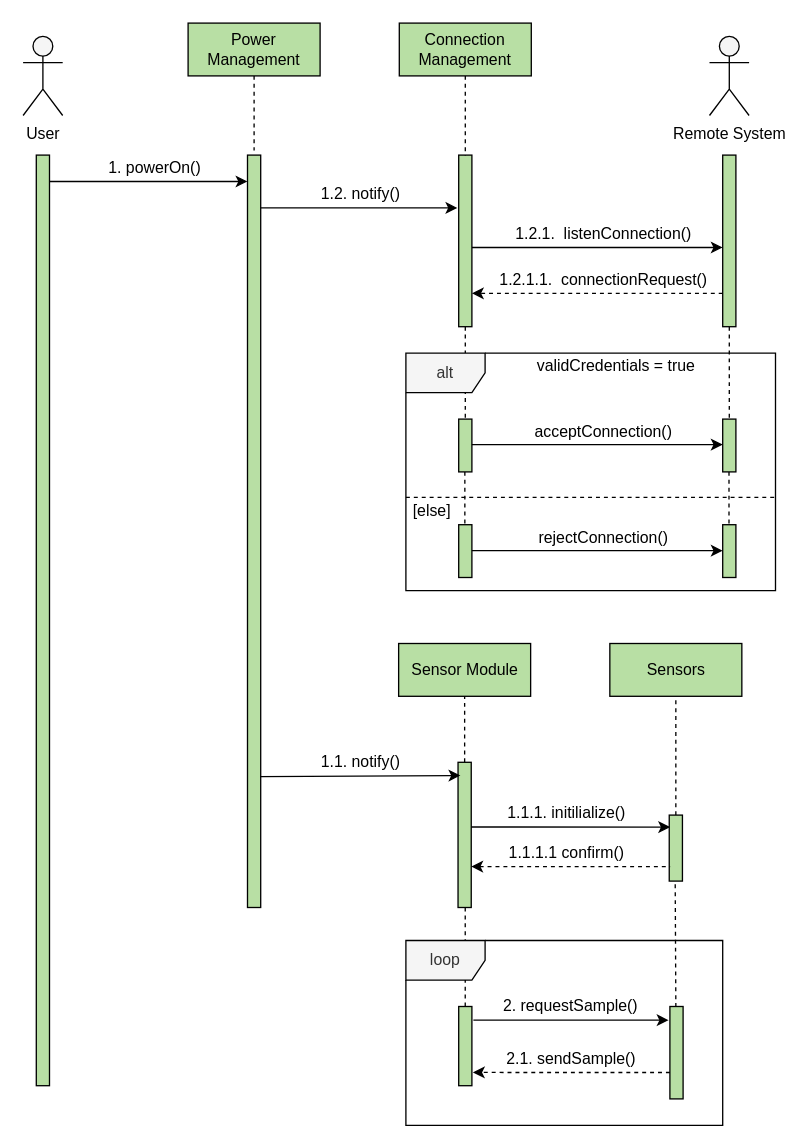
Before: page "1" (1 of 2) of 2. Analysis/5. System Analysis/Local/Sequence/sequence_diagram_local.drawio in esrg-silent-howl/zephyrus, a draw.io diagram. Source tidied: cells renumbered, new cells numbered last; positions are measured from the earlier drawing's top-left corner, leaving out a move shared by most shapes. Both pictures are drawn from the tidied source at 132%, with x=0, y=0 at pixel (22, 22).
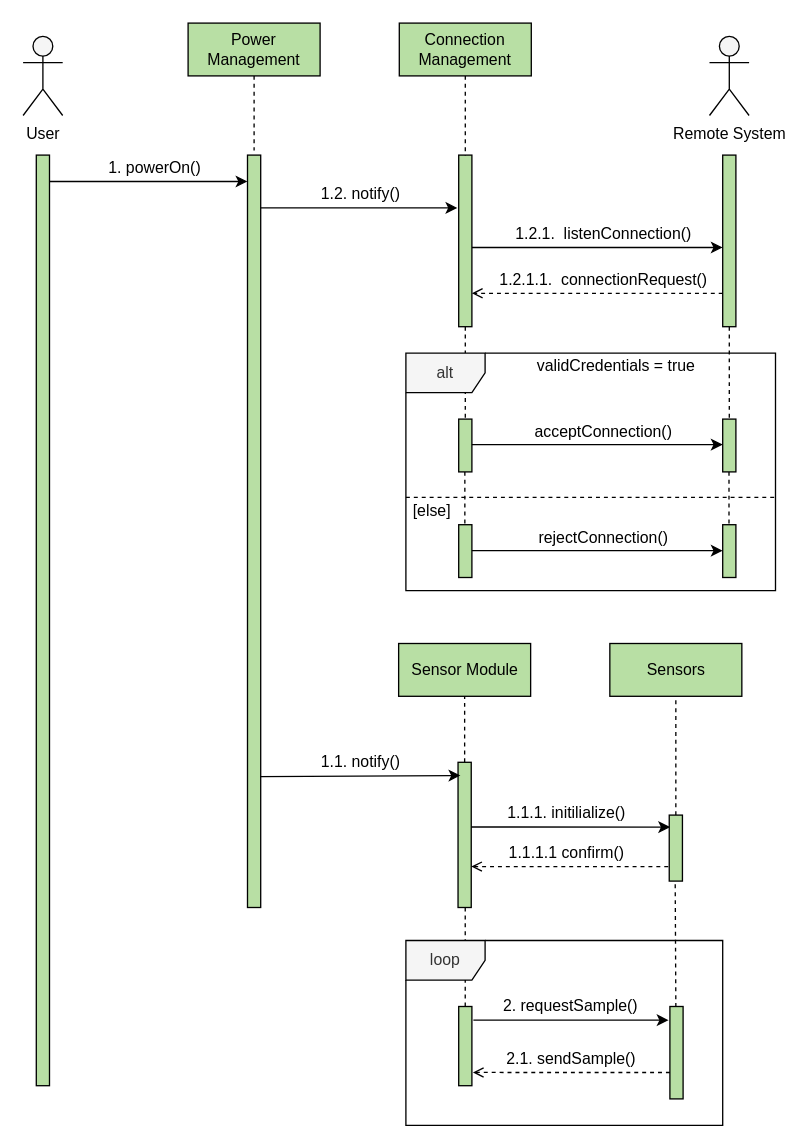
Above is the later version.

The change refers to these unchanged cells:
```xml
<mxCell id="51" style="points=[];perimeter=orthogonalPerimeter;rounded=0;shadow=0;strokeWidth=1;fillColor=#B8DFA4;" parent="1" vertex="1">
  <mxGeometry x="330" y="745" width="10" height="60" as="geometry" />
</mxCell>
```

The edit, as a diff of the source:
```diff
@@
-    <mxCell id="20" style="rounded=0;orthogonalLoop=1;jettySize=auto;html=1;endArrow=classic;endFill=1;dashed=1;" parent="1" edge="1">
+    <mxCell id="20" style="rounded=0;orthogonalLoop=1;jettySize=auto;html=1;endArrow=open;endFill=0;dashed=1;startArrow=none;startFill=0;" parent="1" edge="1">
       <mxGeometry relative="1" as="geometry">
         <mxPoint x="530" y="204.7" as="sourcePoint" />
         <mxPoint x="340" y="204.7" as="targetPoint" />
       </mxGeometry>
     </mxCell>
@@
-    <mxCell id="49" style="endArrow=none;html=1;entryX=0.067;entryY=0.462;entryDx=0;entryDy=0;entryPerimeter=0;dashed=1;endFill=0;startArrow=classic;startFill=1;" parent="1" edge="1">
+    <mxCell id="49" style="endArrow=none;html=1;entryX=0.067;entryY=0.462;entryDx=0;entryDy=0;entryPerimeter=0;dashed=1;endFill=0;startArrow=open;startFill=0;" parent="1" edge="1">
       <mxGeometry relative="1" as="geometry">
         <mxPoint x="339.5" y="639" as="sourcePoint" />
         <mxPoint x="490.2" y="639.1" as="targetPoint" />
       </mxGeometry>
     </mxCell>
@@
-    <mxCell id="55" style="endArrow=classic;html=1;entryX=1.077;entryY=0.832;entryDx=0;entryDy=0;entryPerimeter=0;dashed=1;" parent="1" edge="1" target="51">
+    <mxCell id="55" style="endArrow=open;html=1;entryX=1.077;entryY=0.832;entryDx=0;entryDy=0;entryPerimeter=0;dashed=1;startArrow=none;startFill=0;endFill=0;" parent="1" edge="1" target="51">
       <mxGeometry relative="1" as="geometry">
         <mxPoint x="490" y="795" as="sourcePoint" />
         <Array as="points">
           <mxPoint x="370" y="795" />
         </Array>
       </mxGeometry>
     </mxCell>
```
